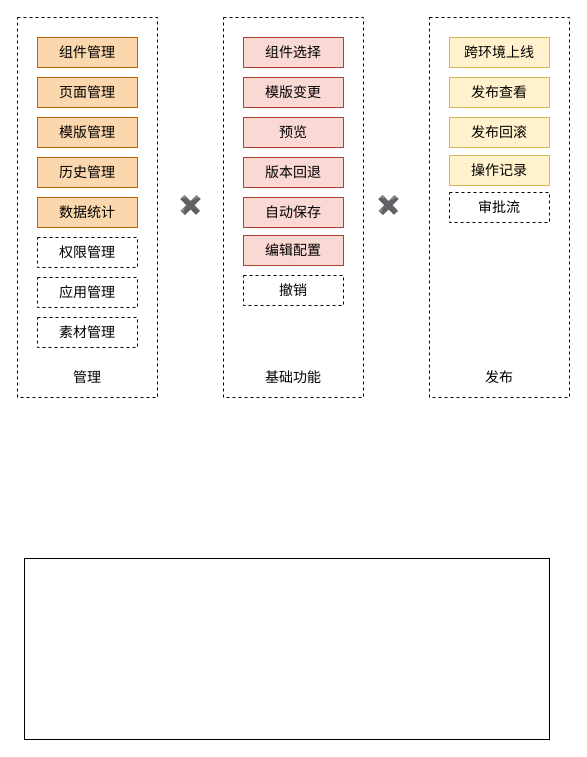
Before: page "配置平台5" (10 of 12) of Untitled Diagram.drawio in zyx1992/hexoDocs, a draw.io diagram. Source tidied: cells renumbered, new cells numbered last; positions are measured from the earlier drawing's top-left corner, leaving out a move shared by most shapes. Both pictures are drawn from the tidied source at 100%, with x=0, y=0 at pixel (17, 17).
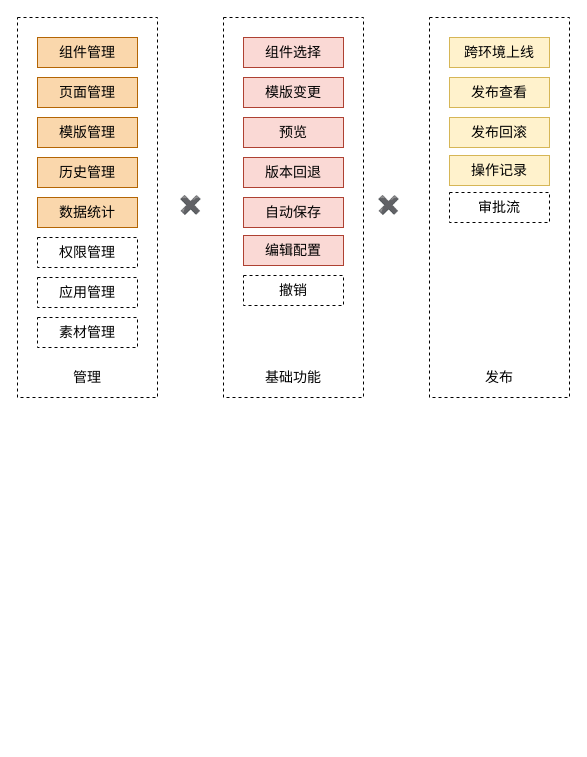
After the change.

What changed in the source:
```diff
@@
-    <mxCell id="30" style="rounded=0;whiteSpace=wrap;html=1;strokeWidth=1;fillColor=none;gradientColor=#ffffff;fontSize=18;fontColor=#FF8000;" parent="1" vertex="1">
-      <mxGeometry x="7" y="541" width="525" height="181" as="geometry" />
-    </mxCell>
```
